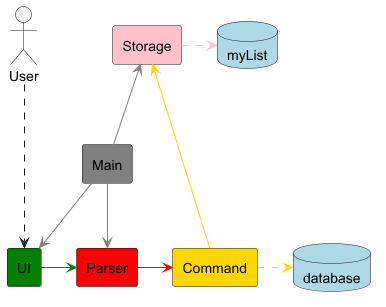
This is docs/images/ArchitectureDiagram.png from nus-cs2113-AY2425S1/tp, a PlantUML export, as it was before one commit. Source of this version:
```plantuml
@startuml

skinparam componentStyle rectangle

actor User
database myList #lightblue
database database #lightblue

component UI #green
component Parser #red
component Main #gray
component Storage #pink
component Command #gold

User -down.-> UI
UI -[#green]right-> Parser

Main -[#gray]down-> Parser
Main -[#gray]down-> UI
Main -[#gray]up-> Storage

Command -[#gold]down-> Storage
Parser -[#red]right-> Command

Command -[#gold]right.-> database
Storage -[#pink]right.-> myList

@enduml
```
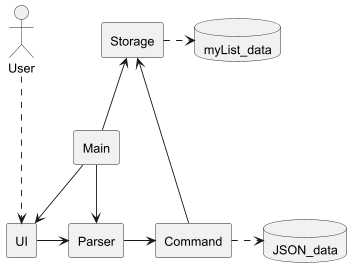
Above is the later version.

Commit message:
Fix the architecture diagram

What changed in the source:
```diff
@@ -3,26 +3,26 @@
 skinparam componentStyle rectangle
 
 actor User
-database myList #lightblue
-database database #lightblue
+database myList_data
+database JSON_data
 
-component UI #green
-component Parser #red
-component Main #gray
-component Storage #pink
-component Command #gold
+component UI
+component Parser
+component Main
+component Storage
+component Command
 
 User -down.-> UI
-UI -[#green]right-> Parser
+UI -right-> Parser
 
-Main -[#gray]down-> Parser
-Main -[#gray]down-> UI
-Main -[#gray]up-> Storage
+Main -down-> Parser
+Main -down-> UI
+Main -up-> Storage
 
-Command -[#gold]down-> Storage
-Parser -[#red]right-> Command
+Command -down-> Storage
+Parser -right-> Command
 
-Command -[#gold]right.-> database
-Storage -[#pink]right.-> myList
+Command -right.-> JSON_data
+Storage -right.-> myList_data
 
 @enduml
```
